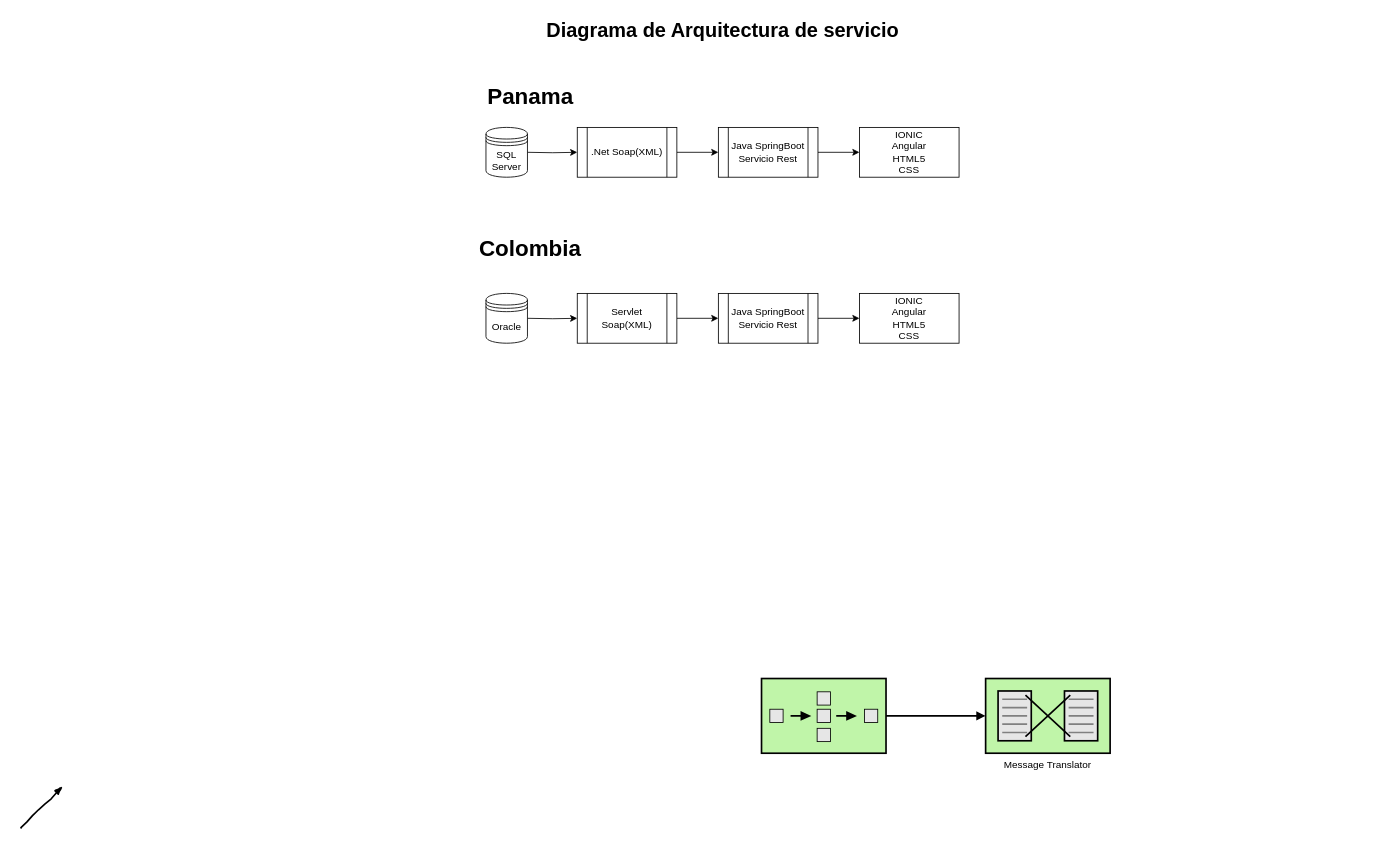
Earlier version of the draw.io diagram Untitled Diagram.drawio (ximenawilliams/AndroidCordova). Source tidied: cells renumbered, new cells numbered last; positions are measured from the earlier drawing's top-left corner, leaving out a move shared by most shapes. Both pictures are drawn from the tidied source at 83%, with x=0, y=0 at pixel (21, 14).
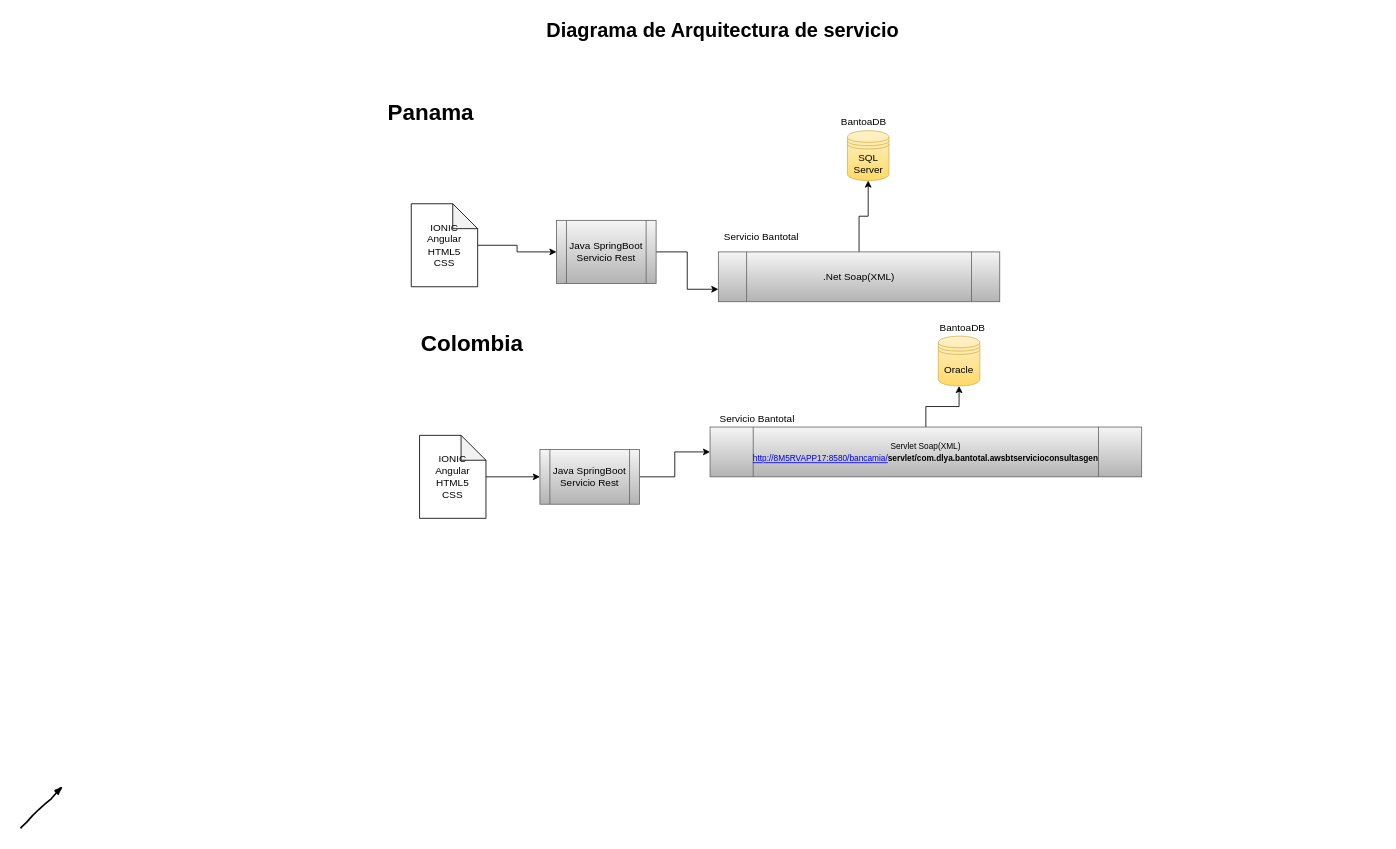
After the change.

What changed in the source:
```diff
@@
-    <mxCell id="2" style="edgeStyle=orthogonalEdgeStyle;rounded=0;html=1;endArrow=block;endFill=1;jettySize=auto;strokeWidth=2;startArrow=none;startFill=0;" parent="1" edge="1" source="3" target="4">
-      <mxGeometry relative="1" as="geometry" />
-    </mxCell>
-    <mxCell id="3" style="strokeWidth=2;dashed=0;align=center;fontSize=12;fillColor=#c0f5a9;verticalLabelPosition=bottom;verticalAlign=top;strokeColor=#000000;shape=mxgraph.eip.composed_message_processor;" parent="1" vertex="1">
-      <mxGeometry x="892" y="800" width="150" height="90" as="geometry" />
-    </mxCell>
-    <mxCell id="4" value="Message Translator" style="strokeWidth=2;dashed=0;align=center;fontSize=12;shape=mxgraph.eip.message_translator;fillColor=#c0f5a9;strokeColor=#000000;verticalLabelPosition=bottom;verticalAlign=top;" parent="1" vertex="1">
-      <mxGeometry x="1162" y="800" width="150" height="90" as="geometry" />
-    </mxCell>
@@
-    <mxCell id="6" style="edgeStyle=orthogonalEdgeStyle;rounded=0;jettySize=auto;html=1;" parent="1" edge="1" source="7" target="11">
-      <mxGeometry relative="1" as="geometry" />
-    </mxCell>
+    <mxCell id="23" style="edgeStyle=orthogonalEdgeStyle;rounded=0;jettySize=auto;html=1;entryX=0.5;entryY=1;entryDx=0;entryDy=0;" parent="1" edge="1" source="7" target="9">
+      <mxGeometry relative="1" as="geometry" />
+    </mxCell>
-    <mxCell id="7" value=".Net Soap(XML)" style="shape=process;whiteSpace=wrap;html=1;backgroundOutline=1;" parent="1" vertex="1">
-      <mxGeometry x="670" y="136" width="120" height="60" as="geometry" />
+    <mxCell id="7" value=".Net Soap(XML)" style="shape=process;whiteSpace=wrap;html=1;backgroundOutline=1;gradientColor=#b3b3b3;fillColor=#f5f5f5;strokeColor=#666666;" parent="1" vertex="1">
+      <mxGeometry x="840" y="286" width="339" height="60" as="geometry" />
     </mxCell>
-    <mxCell id="8" style="edgeStyle=orthogonalEdgeStyle;rounded=0;jettySize=auto;html=1;" parent="1" edge="1" target="7">
-      <mxGeometry relative="1" as="geometry">
-        <mxPoint x="610" y="166" as="sourcePoint" />
-      </mxGeometry>
-    </mxCell>
-    <mxCell id="9" value="SQL Server" style="shape=datastore;whiteSpace=wrap;html=1;" parent="1" vertex="1">
-      <mxGeometry x="560" y="136" width="50" height="60" as="geometry" />
+    <mxCell id="9" value="SQL Server" style="shape=datastore;whiteSpace=wrap;html=1;gradientColor=#ffd966;fillColor=#fff2cc;strokeColor=#d6b656;" parent="1" vertex="1">
+      <mxGeometry x="995.5" y="140" width="50" height="60" as="geometry" />
     </mxCell>
-    <mxCell id="10" style="edgeStyle=orthogonalEdgeStyle;rounded=0;jettySize=auto;html=1;" parent="1" edge="1" source="11" target="13">
-      <mxGeometry relative="1" as="geometry" />
-    </mxCell>
+    <mxCell id="24" style="edgeStyle=orthogonalEdgeStyle;rounded=0;jettySize=auto;html=1;entryX=0;entryY=0.75;entryDx=0;entryDy=0;" parent="1" edge="1" source="11" target="7">
+      <mxGeometry relative="1" as="geometry" />
+    </mxCell>
-    <mxCell id="11" value="Java SpringBoot&lt;br&gt;Servicio Rest&lt;br&gt;" style="shape=process;whiteSpace=wrap;html=1;backgroundOutline=1;" parent="1" vertex="1">
-      <mxGeometry x="840" y="136" width="120" height="60" as="geometry" />
+    <mxCell id="11" value="Java SpringBoot&lt;br&gt;Servicio Rest&lt;br&gt;" style="shape=process;whiteSpace=wrap;html=1;backgroundOutline=1;gradientColor=#b3b3b3;fillColor=#f5f5f5;strokeColor=#666666;" parent="1" vertex="1">
+      <mxGeometry x="645" y="248" width="120" height="76" as="geometry" />
     </mxCell>
@@
-    <mxCell id="13" value="IONIC&lt;br&gt;Angular&lt;br&gt;HTML5&lt;br&gt;CSS&lt;br&gt;" style="rounded=0;whiteSpace=wrap;html=1;" parent="1" vertex="1">
-      <mxGeometry x="1010" y="136" width="120" height="60" as="geometry" />
-    </mxCell>
-    <mxCell id="14" style="edgeStyle=orthogonalEdgeStyle;rounded=0;jettySize=auto;html=1;" parent="1" edge="1" source="15" target="19">
-      <mxGeometry relative="1" as="geometry" />
-    </mxCell>
+    <mxCell id="25" style="edgeStyle=orthogonalEdgeStyle;rounded=0;jettySize=auto;html=1;entryX=0.5;entryY=1;entryDx=0;entryDy=0;" parent="1" edge="1" source="15" target="17">
+      <mxGeometry relative="1" as="geometry" />
+    </mxCell>
-    <mxCell id="15" value="&lt;span&gt;Servlet Soap(XML)&lt;/span&gt;" style="shape=process;whiteSpace=wrap;html=1;backgroundOutline=1;" parent="1" vertex="1">
-      <mxGeometry x="670" y="336" width="120" height="60" as="geometry" />
+    <mxCell id="15" value="&lt;font style=&quot;font-size: 10px&quot;&gt;&lt;font style=&quot;font-size: 10px&quot;&gt;Servlet Soap(XML)&lt;/font&gt;&lt;br&gt;&lt;a href=&quot;http://8m5rvapp17:8580/bancamia/&quot; target=&quot;_blank&quot;&gt;http://8M5RVAPP17:8580/bancamia/&lt;/a&gt;&lt;b&gt;servlet/com.dlya.bantotal.awsbtservicioconsultasgen&lt;/b&gt;&lt;/font&gt;&lt;span&gt;&lt;br&gt;&lt;/span&gt;" style="shape=process;whiteSpace=wrap;html=1;backgroundOutline=1;gradientColor=#b3b3b3;fillColor=#f5f5f5;strokeColor=#666666;" parent="1" vertex="1">
+      <mxGeometry x="830" y="497" width="520" height="60" as="geometry" />
     </mxCell>
-    <mxCell id="16" style="edgeStyle=orthogonalEdgeStyle;rounded=0;jettySize=auto;html=1;" parent="1" edge="1" target="15">
-      <mxGeometry relative="1" as="geometry">
-        <mxPoint x="610" y="366" as="sourcePoint" />
-      </mxGeometry>
-    </mxCell>
-    <mxCell id="17" value="Oracle" style="shape=datastore;whiteSpace=wrap;html=1;" parent="1" vertex="1">
-      <mxGeometry x="560" y="336" width="50" height="60" as="geometry" />
+    <mxCell id="17" value="Oracle" style="shape=datastore;whiteSpace=wrap;html=1;gradientColor=#ffd966;fillColor=#fff2cc;strokeColor=#d6b656;" parent="1" vertex="1">
+      <mxGeometry x="1105" y="387.5" width="50" height="60" as="geometry" />
     </mxCell>
-    <mxCell id="18" style="edgeStyle=orthogonalEdgeStyle;rounded=0;jettySize=auto;html=1;" parent="1" edge="1" source="19" target="20">
-      <mxGeometry relative="1" as="geometry" />
-    </mxCell>
+    <mxCell id="26" style="edgeStyle=orthogonalEdgeStyle;rounded=0;jettySize=auto;html=1;" parent="1" edge="1" source="19" target="15">
+      <mxGeometry relative="1" as="geometry" />
+    </mxCell>
-    <mxCell id="19" value="&lt;span&gt;Java SpringBoot&lt;/span&gt;&lt;br&gt;&lt;span&gt;Servicio Rest&lt;/span&gt;" style="shape=process;whiteSpace=wrap;html=1;backgroundOutline=1;" parent="1" vertex="1">
-      <mxGeometry x="840" y="336" width="120" height="60" as="geometry" />
+    <mxCell id="19" value="&lt;span&gt;Java SpringBoot&lt;/span&gt;&lt;br&gt;&lt;span&gt;Servicio Rest&lt;/span&gt;" style="shape=process;whiteSpace=wrap;html=1;backgroundOutline=1;gradientColor=#b3b3b3;fillColor=#f5f5f5;strokeColor=#666666;" parent="1" vertex="1">
+      <mxGeometry x="625" y="524" width="120" height="66" as="geometry" />
     </mxCell>
-    <mxCell id="20" value="&lt;span&gt;IONIC&lt;/span&gt;&lt;br&gt;&lt;span&gt;Angular&lt;/span&gt;&lt;br&gt;&lt;span&gt;HTML5&lt;/span&gt;&lt;br&gt;&lt;span&gt;CSS&lt;/span&gt;" style="rounded=0;whiteSpace=wrap;html=1;" parent="1" vertex="1">
-      <mxGeometry x="1010" y="336" width="120" height="60" as="geometry" />
-    </mxCell>
     <mxCell id="21" value="&lt;b&gt;&lt;font style=&quot;font-size: 27px&quot;&gt;Panama&lt;/font&gt;&lt;/b&gt;" style="text;html=1;align=left;verticalAlign=top;spacingTop=-4;" parent="1" vertex="1">
-      <mxGeometry x="560" y="80" width="120" height="20" as="geometry" />
+      <mxGeometry x="440" y="100" width="120" height="20" as="geometry" />
     </mxCell>
     <mxCell id="22" value="&lt;font style=&quot;font-size: 27px&quot;&gt;&lt;b&gt;Colombia&lt;/b&gt;&lt;/font&gt;" style="text;html=1;align=left;verticalAlign=top;spacingTop=-4;" parent="1" vertex="1">
-      <mxGeometry x="550" y="264" width="140" height="20" as="geometry" />
+      <mxGeometry x="480" y="377.5" width="140" height="20" as="geometry" />
     </mxCell>
+    <mxCell id="27" value="BantoaDB" style="text;html=1;align=left;verticalAlign=top;spacingTop=-4;" parent="1" vertex="1">
+      <mxGeometry x="985.5" y="120" width="70" height="20" as="geometry" />
+    </mxCell>
+    <mxCell id="28" value="BantoaDB" style="text;html=1;align=left;verticalAlign=top;spacingTop=-4;" parent="1" vertex="1">
+      <mxGeometry x="1105" y="367.5" width="70" height="20" as="geometry" />
+    </mxCell>
+    <mxCell id="29" value="Servicio Bantotal" style="text;html=1;align=left;verticalAlign=top;spacingTop=-4;" parent="1" vertex="1">
+      <mxGeometry x="845" y="258" width="110" height="20" as="geometry" />
+    </mxCell>
+    <mxCell id="30" value="Servicio Bantotal" style="text;html=1;align=left;verticalAlign=top;spacingTop=-4;" parent="1" vertex="1">
+      <mxGeometry x="840" y="477" width="110" height="20" as="geometry" />
+    </mxCell>
+    <mxCell id="31" style="edgeStyle=orthogonalEdgeStyle;rounded=0;jettySize=auto;html=1;" parent="1" edge="1" source="32" target="11">
+      <mxGeometry relative="1" as="geometry" />
+    </mxCell>
+    <mxCell id="32" value="&lt;span&gt;IONIC&lt;/span&gt;&lt;br&gt;&lt;span&gt;Angular&lt;/span&gt;&lt;br&gt;&lt;span&gt;HTML5&lt;/span&gt;&lt;br&gt;&lt;span&gt;CSS&lt;/span&gt;" style="shape=note;whiteSpace=wrap;html=1;backgroundOutline=1;darkOpacity=0.05;" parent="1" vertex="1">
+      <mxGeometry x="470" y="228" width="80" height="100" as="geometry" />
+    </mxCell>
+    <mxCell id="33" style="edgeStyle=orthogonalEdgeStyle;rounded=0;jettySize=auto;html=1;entryX=0;entryY=0.5;entryDx=0;entryDy=0;" parent="1" edge="1" source="34" target="19">
+      <mxGeometry relative="1" as="geometry" />
+    </mxCell>
+    <mxCell id="34" value="&lt;span&gt;IONIC&lt;/span&gt;&lt;br&gt;&lt;span&gt;Angular&lt;/span&gt;&lt;br&gt;&lt;span&gt;HTML5&lt;/span&gt;&lt;br&gt;&lt;span&gt;CSS&lt;/span&gt;" style="shape=note;whiteSpace=wrap;html=1;backgroundOutline=1;darkOpacity=0.05;" parent="1" vertex="1">
+      <mxGeometry x="480" y="507" width="80" height="100" as="geometry" />
+    </mxCell>
```
